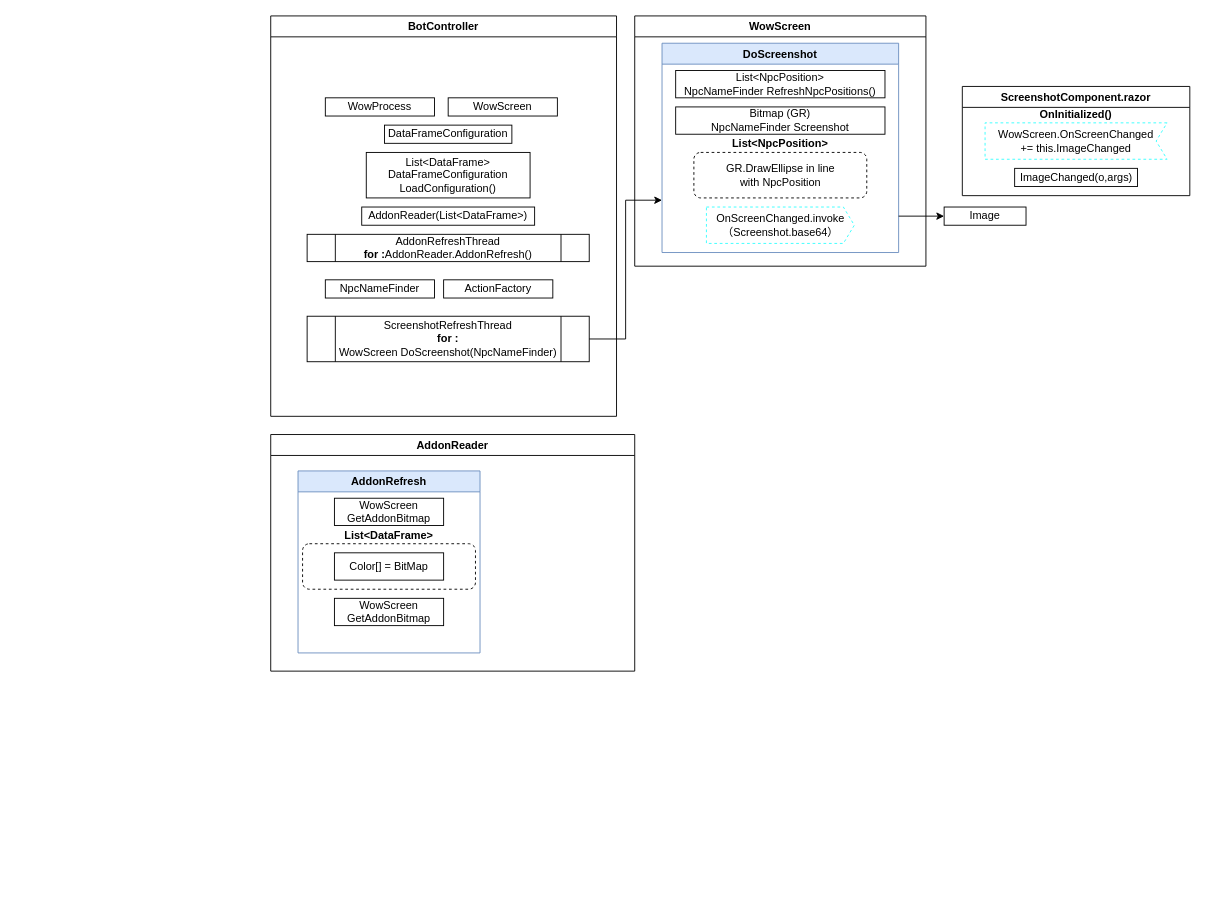
YannieCheung/botgrams keeps this draw.io diagram as BotPlan_1.drawio. Above is the earlier version. Source tidied: cells renumbered, new cells numbered last; positions are measured from the earlier drawing's top-left corner, leaving out a move shared by most shapes. Both pictures are drawn from the tidied source at 91%, with x=0, y=0 at pixel (270, 15).
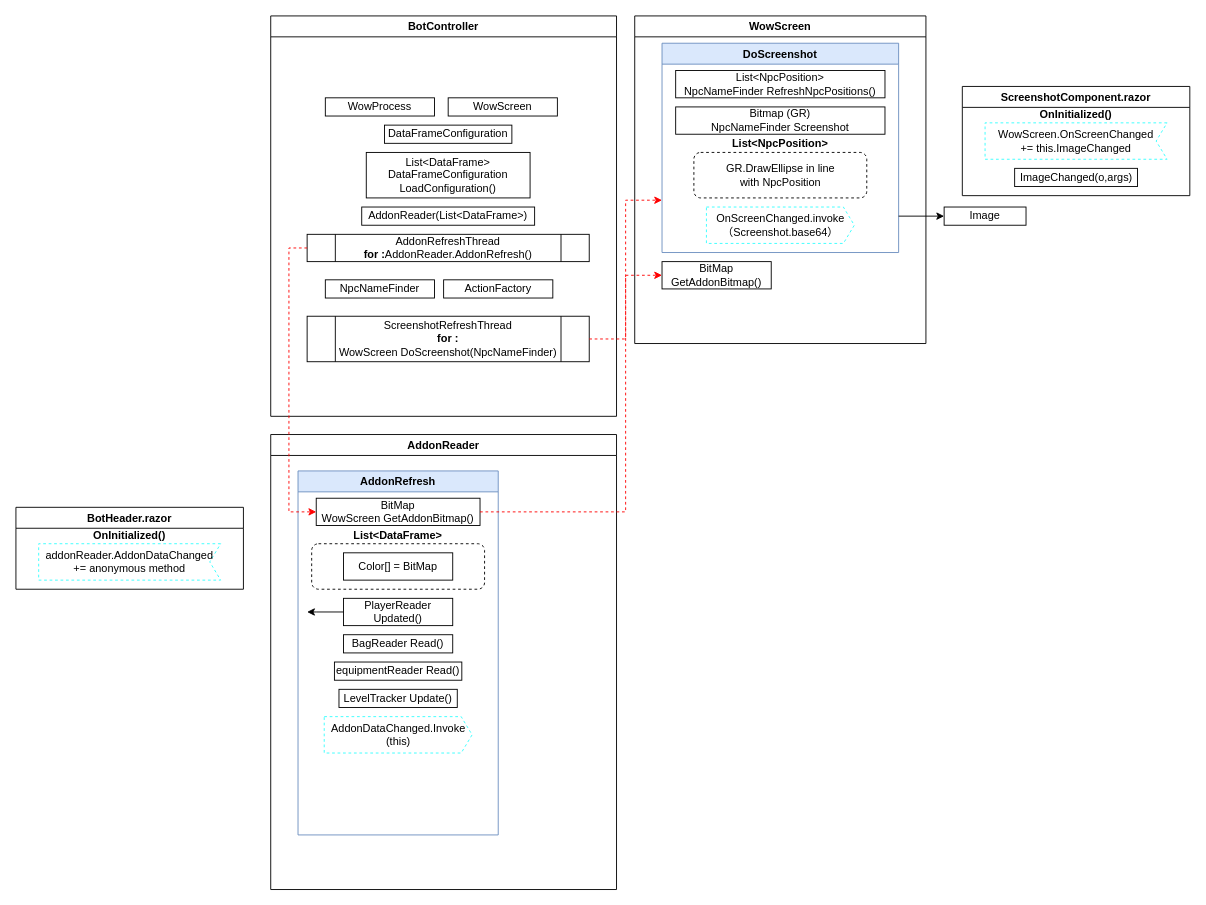
After the change.

The change refers to these unchanged cells:
```xml
<mxCell id="10" value="ScreenshotRefreshThread&lt;br&gt;&lt;b&gt;for :&lt;/b&gt;&lt;br&gt;WowScreen&amp;nbsp;DoScreenshot(NpcNameFinder)" style="shape=process;whiteSpace=wrap;html=1;backgroundOutline=1;" parent="2" vertex="1">
  <mxGeometry x="40" y="330" width="310" height="50" as="geometry" />
</mxCell>
<mxCell id="11" value="AddonRefreshThread&lt;br&gt;&lt;b&gt;for :&lt;/b&gt;AddonReader.AddonRefresh()" style="shape=process;whiteSpace=wrap;html=1;backgroundOutline=1;" parent="2" vertex="1">
  <mxGeometry x="40" y="240" width="310" height="30" as="geometry" />
</mxCell>
<mxCell id="13" value="DoScreenshot" style="swimlane;strokeColor=#6c8ebf;fillColor=#dae8fc;" parent="12" vertex="1">
  <mxGeometry x="30" y="30" width="260" height="230" as="geometry" />
</mxCell>
```

Diff of the diagram source:
```diff
@@
     <mxCell id="12" value="WowScreen" style="swimlane;startSize=23;" parent="1" vertex="1">
-      <mxGeometry x="400" width="320" height="275" as="geometry" />
+      <mxGeometry x="400" width="320" height="360" as="geometry" />
     </mxCell>
@@
+    <mxCell id="32" value="BitMap &lt;br&gt;GetAddonBitmap()" style="whiteSpace=wrap;html=1;strokeColor=#000000;" parent="12" vertex="1">
+      <mxGeometry x="30" y="270" width="120" height="30" as="geometry" />
+    </mxCell>
@@
-    <mxCell id="23" style="edgeStyle=orthogonalEdgeStyle;rounded=0;jettySize=auto;html=1;exitX=1;exitY=0.5;exitDx=0;exitDy=0;entryX=0;entryY=0.75;entryDx=0;entryDy=0;" parent="1" edge="1" source="10" target="13">
+    <mxCell id="23" style="edgeStyle=orthogonalEdgeStyle;rounded=0;jettySize=auto;html=1;exitX=1;exitY=0.5;exitDx=0;exitDy=0;entryX=0;entryY=0.75;entryDx=0;entryDy=0;strokeColor=#FF0000;dashed=1;" parent="1" edge="1" source="10" target="13">
       <mxGeometry relative="1" as="geometry" />
     </mxCell>
@@
     <mxCell id="26" value="AddonReader" style="swimlane;strokeColor=#000000;" parent="1" vertex="1">
-      <mxGeometry y="460" width="400" height="260" as="geometry" />
+      <mxGeometry y="460" width="380" height="500" as="geometry" />
     </mxCell>
     <mxCell id="27" value="AddonRefresh" style="swimlane;strokeColor=#6c8ebf;fillColor=#dae8fc;" parent="26" vertex="1">
-      <mxGeometry x="30" y="40" width="200" height="200" as="geometry" />
+      <mxGeometry x="30" y="40" width="220" height="400" as="geometry" />
     </mxCell>
-    <mxCell id="28" value="WowScreen GetAddonBitmap" style="whiteSpace=wrap;html=1;strokeColor=#000000;" parent="27" vertex="1">
-      <mxGeometry x="40" y="30" width="120" height="30" as="geometry" />
+    <mxCell id="28" value="BitMap&lt;br&gt;WowScreen GetAddonBitmap()" style="whiteSpace=wrap;html=1;strokeColor=#000000;" parent="27" vertex="1">
+      <mxGeometry x="20" y="30" width="180" height="30" as="geometry" />
     </mxCell>
     <mxCell id="29" value="List&amp;lt;DataFrame&amp;gt;" style="rounded=1;whiteSpace=wrap;html=1;labelPosition=center;verticalLabelPosition=top;align=center;verticalAlign=bottom;fontStyle=1;dashed=1;" parent="27" vertex="1">
-      <mxGeometry x="5" y="80" width="190" height="50" as="geometry" />
+      <mxGeometry x="15" y="80" width="190" height="50" as="geometry" />
     </mxCell>
     <mxCell id="30" value="Color[] = BitMap" style="whiteSpace=wrap;html=1;strokeColor=#000000;" parent="27" vertex="1">
-      <mxGeometry x="40" y="90" width="120" height="30" as="geometry" />
+      <mxGeometry x="50" y="90" width="120" height="30" as="geometry" />
     </mxCell>
-    <mxCell id="31" value="WowScreen GetAddonBitmap" style="whiteSpace=wrap;html=1;strokeColor=#000000;" parent="27" vertex="1">
-      <mxGeometry x="40" y="140" width="120" height="30" as="geometry" />
+    <mxCell id="31" value="PlayerReader&lt;br&gt;Updated()" style="whiteSpace=wrap;html=1;strokeColor=#000000;" parent="27" vertex="1">
+      <mxGeometry x="50" y="140" width="120" height="30" as="geometry" />
     </mxCell>
+    <mxCell id="33" value="BagReader Read()" style="whiteSpace=wrap;html=1;strokeColor=#000000;" parent="27" vertex="1">
+      <mxGeometry x="50" y="180" width="120" height="20" as="geometry" />
+    </mxCell>
+    <mxCell id="34" value="equipmentReader Read()" style="whiteSpace=wrap;html=1;strokeColor=#000000;" parent="27" vertex="1">
+      <mxGeometry x="40" y="210" width="140" height="20" as="geometry" />
+    </mxCell>
+    <mxCell id="35" value="LevelTracker Update()" style="whiteSpace=wrap;html=1;strokeColor=#000000;" parent="27" vertex="1">
+      <mxGeometry x="45" y="240" width="130" height="20" as="geometry" />
+    </mxCell>
+    <mxCell id="36" value="AddonDataChanged.Invoke&#10;(this)" style="shape=mxgraph.sysml.sendSigAct;whiteSpace=wrap;align=center;dashed=1;strokeColor=#33FFFF;" parent="27" vertex="1">
+      <mxGeometry x="28.8" y="270" width="162.5" height="40" as="geometry" />
+    </mxCell>
+    <mxCell id="37" style="edgeStyle=orthogonalEdgeStyle;rounded=0;jettySize=auto;html=1;exitX=0;exitY=0.5;exitDx=0;exitDy=0;" parent="1" edge="1" source="31">
+      <mxGeometry relative="1" as="geometry">
+        <mxPoint x="40" y="655" as="targetPoint" />
+        <Array as="points">
+          <mxPoint x="50" y="655" />
+        </Array>
+      </mxGeometry>
+    </mxCell>
+    <mxCell id="38" style="edgeStyle=orthogonalEdgeStyle;rounded=0;jettySize=auto;html=1;exitX=1;exitY=0.5;exitDx=0;exitDy=0;entryX=0;entryY=0.5;entryDx=0;entryDy=0;dashed=1;strokeColor=#FF0000;" parent="1" edge="1" source="28" target="32">
+      <mxGeometry relative="1" as="geometry">
+        <Array as="points">
+          <mxPoint x="390" y="545" />
+          <mxPoint x="390" y="285" />
+        </Array>
+      </mxGeometry>
+    </mxCell>
+    <mxCell id="39" style="edgeStyle=orthogonalEdgeStyle;rounded=0;jettySize=auto;html=1;exitX=0;exitY=0.5;exitDx=0;exitDy=0;entryX=0;entryY=0.5;entryDx=0;entryDy=0;dashed=1;strokeColor=#FF0000;" parent="1" edge="1" source="11" target="28">
+      <mxGeometry relative="1" as="geometry" />
+    </mxCell>
+    <mxCell id="40" value="BotHeader.razor" style="swimlane;" parent="1" vertex="1">
+      <mxGeometry x="-280" y="540" width="250" height="90" as="geometry" />
+    </mxCell>
+    <mxCell id="41" value="OnInitialized()" style="shape=mxgraph.sysml.accEvent;flipH=1;whiteSpace=wrap;align=center;dashed=1;verticalAlign=bottom;labelPosition=center;verticalLabelPosition=top;fontStyle=1;strokeColor=#33FFFF;" parent="40" vertex="1">
+      <mxGeometry x="25" y="40" width="200" height="40" as="geometry" />
+    </mxCell>
+    <mxCell id="42" value="addonReader.AddonDataChanged&lt;br&gt;+=&amp;nbsp;anonymous method" style="text;html=1;strokeColor=none;fillColor=none;align=center;verticalAlign=middle;whiteSpace=wrap;rounded=0;" parent="40" vertex="1">
+      <mxGeometry x="45" y="45" width="160" height="30" as="geometry" />
+    </mxCell>
```
